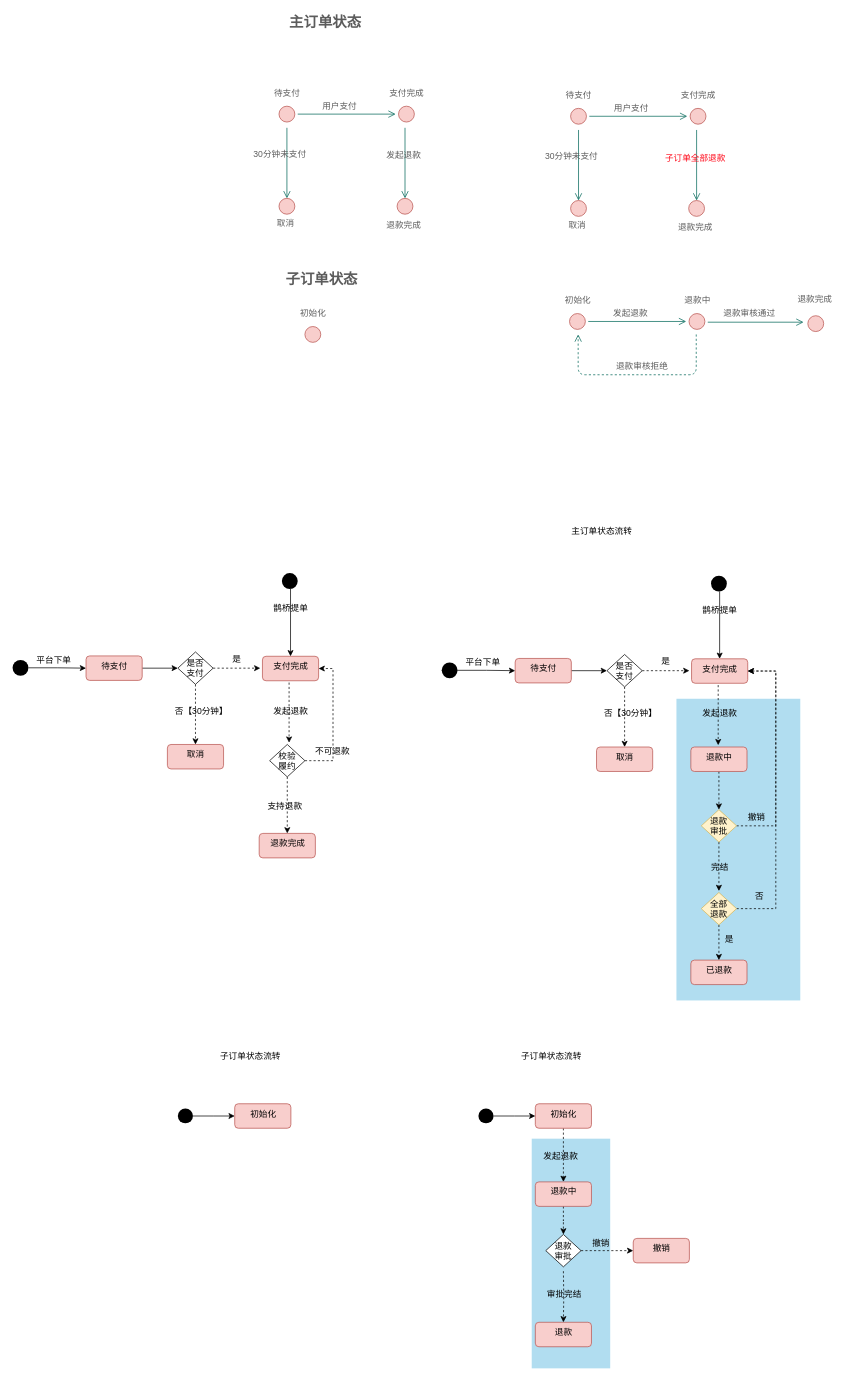
Earlier version of the draw.io diagram order-refund.drawio (zhaoershuang/flow-chart). Source tidied: cells renumbered, new cells numbered last; positions are measured from the earlier drawing's top-left corner, leaving out a move shared by most shapes. Both pictures are drawn from the tidied source at 72%, with x=0, y=0 at pixel (12, 13).
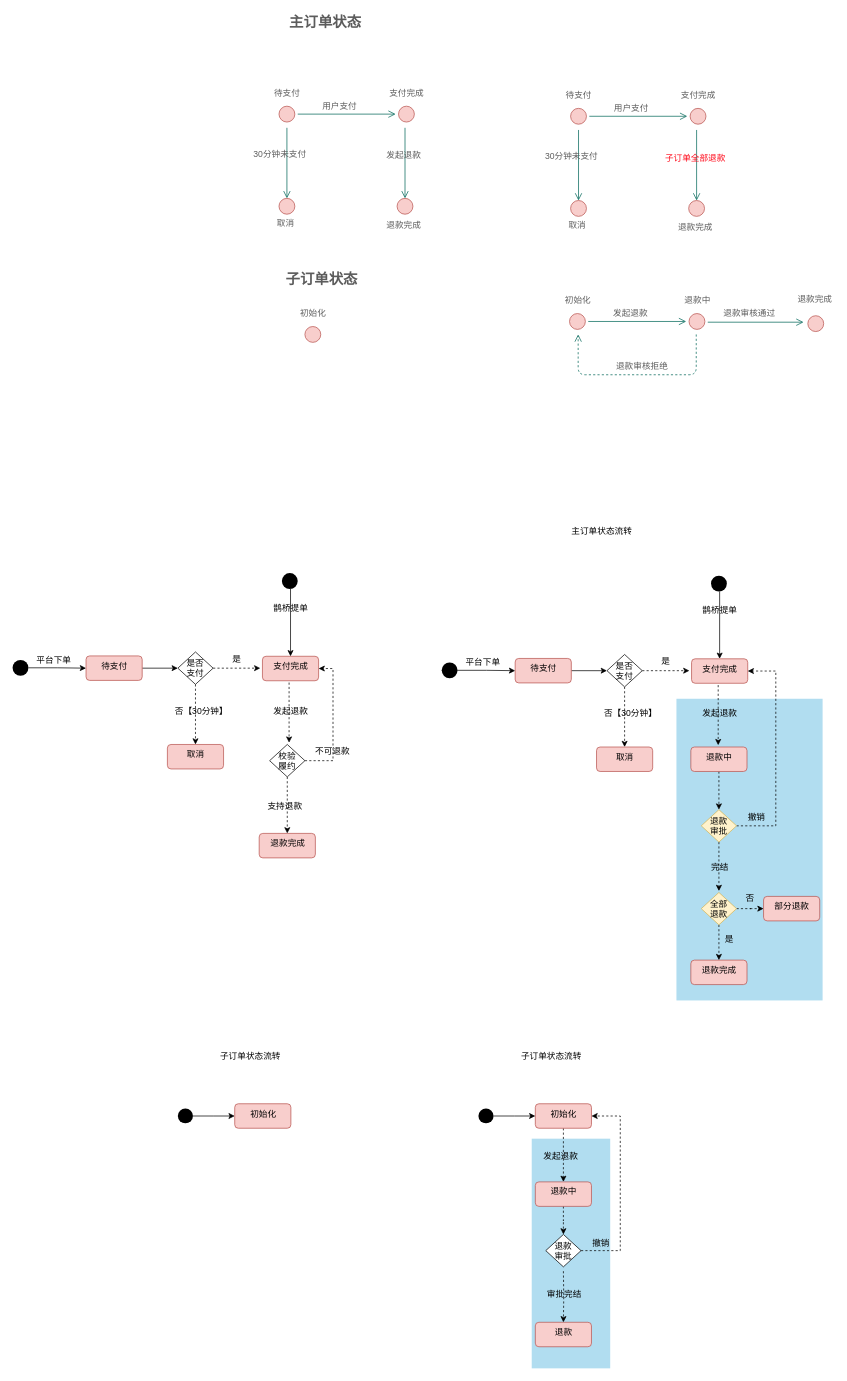
The same page after the edit.

The change refers to these unchanged cells:
```xml
<mxCell id="55" value="支付完成" style="html=1;align=center;verticalAlign=top;rounded=1;absoluteArcSize=1;arcSize=10;fillColor=#f8cecc;strokeColor=#b85450;" parent="1" vertex="1">
  <mxGeometry x="943" y="896.5" width="78" height="34" as="geometry" />
</mxCell>
<mxCell id="62" value="初始化" style="html=1;align=center;verticalAlign=top;rounded=1;absoluteArcSize=1;arcSize=10;fillColor=#f8cecc;strokeColor=#b85450;" parent="1" vertex="1">
  <mxGeometry x="726" y="1514.5" width="78" height="34" as="geometry" />
</mxCell>
<mxCell id="78" value="全部&#10;退款" style="rhombus;strokeColor=#d6b656;fillColor=#fff2cc;" parent="1" vertex="1">
  <mxGeometry x="956.5" y="1221" width="49" height="45" as="geometry" />
</mxCell>
<mxCell id="89" value="退款&#10;审批" style="rhombus;strokeColor=#000000;" parent="1" vertex="1">
  <mxGeometry x="740.5" y="1696" width="49" height="45" as="geometry" />
</mxCell>
```

The edit, as a diff of the source:
```diff
@@
     <mxCell id="3" style="rounded=0;whiteSpace=wrap;html=1;fillColor=#b1ddf0;strokeColor=none;" parent="1" vertex="1">
-      <mxGeometry x="922" y="952" width="172" height="419" as="geometry" />
+      <mxGeometry x="922" y="952" width="203" height="419" as="geometry" />
     </mxCell>
@@
-    <mxCell id="74" value="已退款" style="html=1;align=center;verticalAlign=top;rounded=1;absoluteArcSize=1;arcSize=10;fillColor=#f8cecc;strokeColor=#b85450;" parent="1" vertex="1">
+    <mxCell id="74" value="退款完成" style="html=1;align=center;verticalAlign=top;rounded=1;absoluteArcSize=1;arcSize=10;fillColor=#f8cecc;strokeColor=#b85450;" parent="1" vertex="1">
       <mxGeometry x="942" y="1315" width="78" height="34" as="geometry" />
     </mxCell>
@@
-    <mxCell id="77" style="edgeStyle=orthogonalEdgeStyle;rounded=0;jettySize=auto;html=1;entryX=1;entryY=0.5;entryDx=0;entryDy=0;dashed=1;" parent="1" edge="1" source="78" target="55">
-      <mxGeometry relative="1" as="geometry">
-        <Array as="points">
-          <mxPoint x="1060" y="1244" />
-          <mxPoint x="1060" y="914" />
-        </Array>
-      </mxGeometry>
-    </mxCell>
+    <mxCell id="121" style="edgeStyle=orthogonalEdgeStyle;rounded=0;jettySize=auto;html=1;dashed=1;" parent="1" edge="1" source="78" target="122">
+      <mxGeometry relative="1" as="geometry" />
+    </mxCell>
@@
     <mxCell id="79" value="否" style="text;html=1;align=center;verticalAlign=middle;" parent="1" vertex="1">
-      <mxGeometry x="1026" y="1218" width="22" height="18" as="geometry" />
+      <mxGeometry x="1012.5" y="1221" width="22" height="18" as="geometry" />
     </mxCell>
@@
-    <mxCell id="88" style="edgeStyle=orthogonalEdgeStyle;rounded=0;jettySize=auto;html=1;dashed=1;" parent="1" edge="1" source="89" target="120">
+    <mxCell id="88" style="edgeStyle=orthogonalEdgeStyle;rounded=0;jettySize=auto;html=1;dashed=1;entryX=1;entryY=0.5;entryDx=0;entryDy=0;" parent="1" edge="1" source="89" target="62">
       <mxGeometry relative="1" as="geometry">
         <Array as="points">
-          <mxPoint x="863" y="1719" />
-          <mxPoint x="863" y="1719" />
+          <mxPoint x="844" y="1719" />
+          <mxPoint x="844" y="1532" />
         </Array>
       </mxGeometry>
     </mxCell>
@@
-    <mxCell id="120" value="撤销" style="html=1;align=center;verticalAlign=top;rounded=1;absoluteArcSize=1;arcSize=10;fillColor=#f8cecc;strokeColor=#b85450;" parent="1" vertex="1">
-      <mxGeometry x="862" y="1701.5" width="78" height="34" as="geometry" />
-    </mxCell>
+    <mxCell id="122" value="部分退款" style="html=1;align=center;verticalAlign=top;rounded=1;absoluteArcSize=1;arcSize=10;fillColor=#f8cecc;strokeColor=#b85450;" parent="1" vertex="1">
+      <mxGeometry x="1043" y="1226.5" width="78" height="34" as="geometry" />
+    </mxCell>
```
